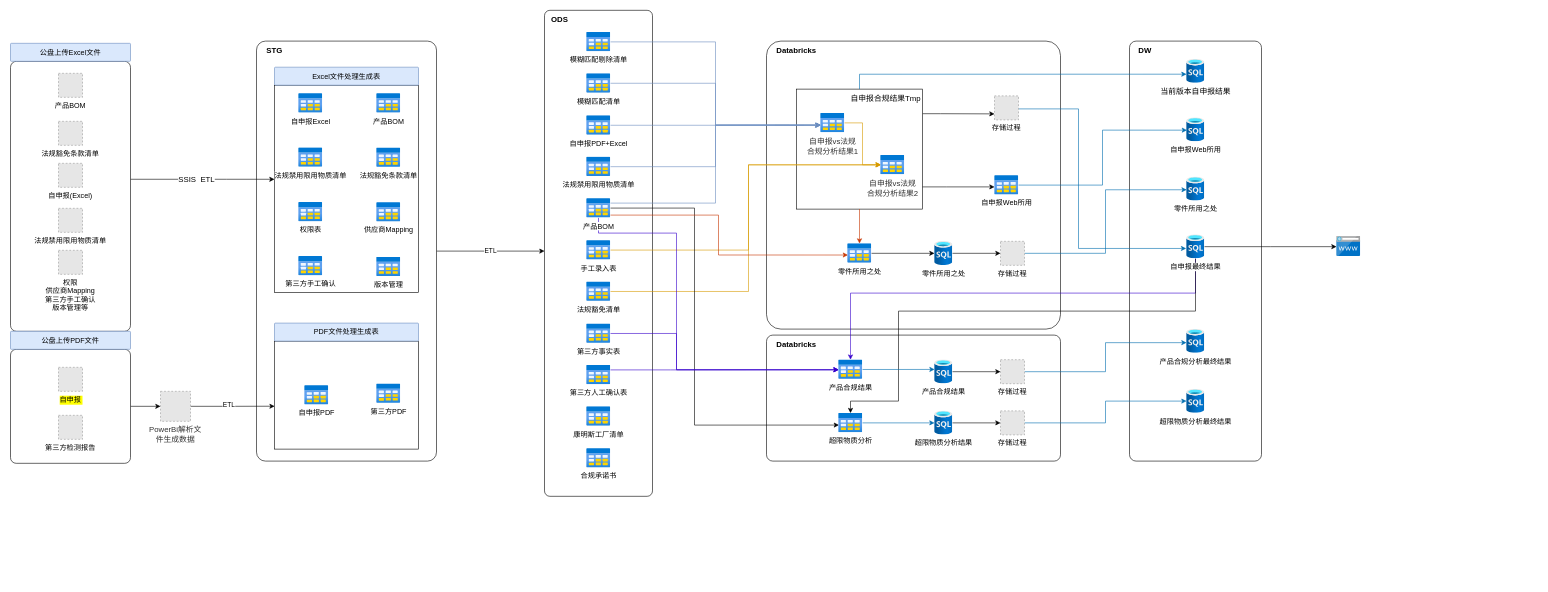
newforesee/test keeps this draw.io diagram as 未命名绘图.drawio. Above is the earlier version. Source tidied: cells renumbered, new cells numbered last; positions are measured from the earlier drawing's top-left corner, leaving out a move shared by most shapes. Both pictures are drawn from the tidied source at 60%, with x=0, y=0 at pixel (10, 10). Pictures stored in the file or linked from it are replaced by grey dashed boxes.
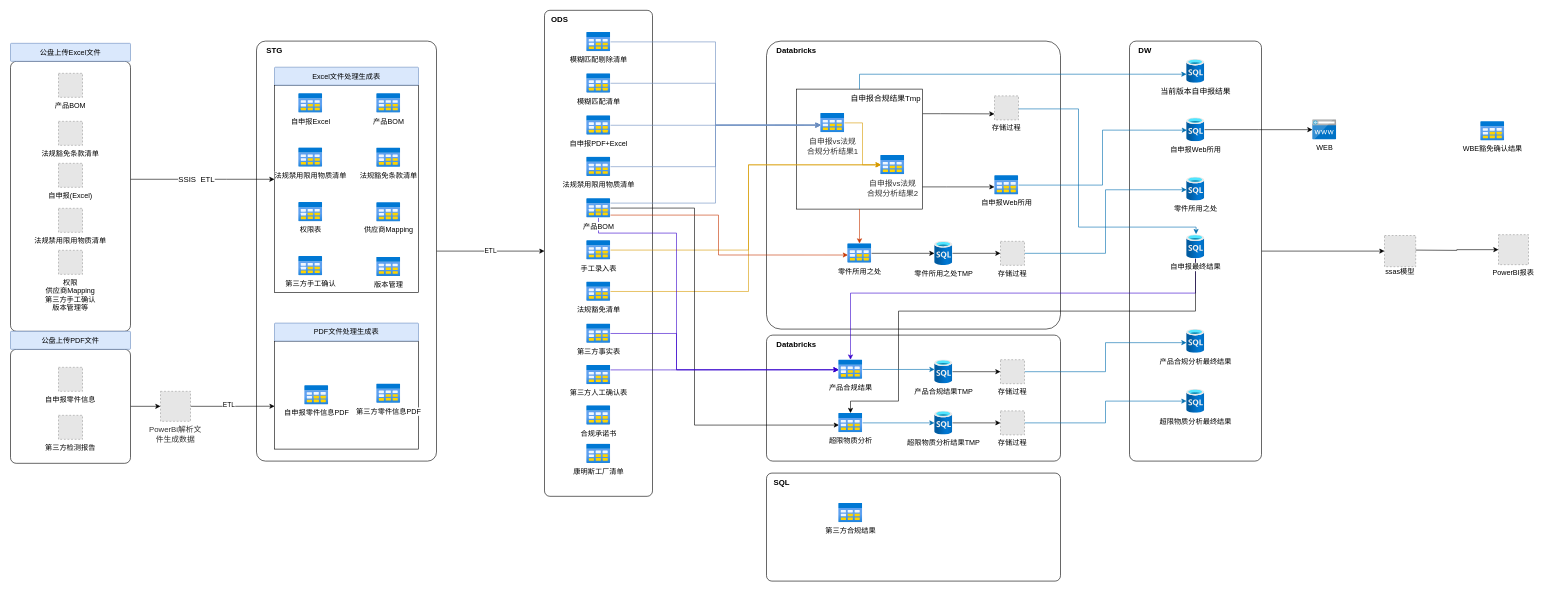
The same page after the edit.

Commit message:
更新未命名绘图.drawio

Unchanged cells that the change refers to:
```xml
<mxCell id="22" style="rounded=1;whiteSpace=wrap;html=1;labelBackgroundColor=#FFFF00;arcSize=5;" parent="1" vertex="1">
  <mxGeometry x="1865" y="51" width="220" height="700" as="geometry" />
</mxCell>
<mxCell id="24" value="自申报Web所用" style="html=1;points=[];align=center;image;fontSize=12;image=img/lib/azure2/databases/SQL_Database.svg;" parent="1" vertex="1">
  <mxGeometry x="1960" y="178.6" width="30" height="40" as="geometry" />
</mxCell>
<mxCell id="65" value="自申报最终结果" style="html=1;points=[];align=center;image;fontSize=12;image=img/lib/azure2/databases/SQL_Database.svg;" parent="1" vertex="1">
  <mxGeometry x="1960" y="373.6" width="30" height="40" as="geometry" />
</mxCell>
<mxCell id="73" value="存储过程" style="fillColor=#E6E6E6;strokeColor=#999999;dashed=1;verticalLabelPosition=bottom;labelBackgroundColor=default;verticalAlign=top;" parent="1" vertex="1">
  <mxGeometry x="1640" y="142.3" width="40" height="40" as="geometry" />
</mxCell>
```

The edit, as a diff of the source:
```diff
@@
-    <mxCell id="19" value="自申报" style="fillColor=#E6E6E6;strokeColor=#999999;dashed=1;verticalLabelPosition=bottom;labelBackgroundColor=#FFFF00;verticalAlign=top;" parent="1" vertex="1">
+    <mxCell id="19" value="自申报零件信息" style="fillColor=#E6E6E6;strokeColor=#999999;dashed=1;verticalLabelPosition=bottom;labelBackgroundColor=none;verticalAlign=top;" parent="1" vertex="1">
       <mxGeometry x="80" y="594.7" width="40" height="40" as="geometry" />
     </mxCell>
@@
+    <mxCell id="108" style="edgeStyle=orthogonalEdgeStyle;rounded=0;jettySize=auto;html=1;strokeColor=#000000;" parent="1" edge="1" source="22">
+      <mxGeometry relative="1" as="geometry">
+        <mxPoint x="2290" y="401" as="targetPoint" />
+      </mxGeometry>
+    </mxCell>
@@
+    <mxCell id="109" style="edgeStyle=orthogonalEdgeStyle;rounded=0;jettySize=auto;html=1;strokeColor=#000000;" parent="1" edge="1" source="24" target="104">
+      <mxGeometry relative="1" as="geometry" />
+    </mxCell>
@@
     <mxCell id="37" value="合规承诺书" style="html=1;align=center;image;fontSize=12;image=img/lib/azure2/general/Table.svg;" parent="1" vertex="1">
-      <mxGeometry x="960" y="729.7" width="40" height="32.6" as="geometry" />
+      <mxGeometry x="960" y="658.4" width="40" height="32.6" as="geometry" />
     </mxCell>
@@
     <mxCell id="40" value="康明斯工厂清单" style="html=1;align=center;image;fontSize=12;image=img/lib/azure2/general/Table.svg;" parent="1" vertex="1">
-      <mxGeometry x="960" y="660" width="40" height="32.6" as="geometry" />
+      <mxGeometry x="960" y="722.2" width="40" height="32.6" as="geometry" />
     </mxCell>
@@
-    <mxCell id="64" style="edgeStyle=orthogonalEdgeStyle;rounded=0;jettySize=auto;html=1;entryX=0;entryY=0.5;entryDx=0;entryDy=0;strokeColor=#000000;fontSize=13;fontColor=none;" parent="1" edge="1" source="65">
-      <mxGeometry relative="1" as="geometry">
-        <mxPoint x="2210" y="393.6" as="targetPoint" />
-      </mxGeometry>
-    </mxCell>
@@
-    <mxCell id="72" style="edgeStyle=orthogonalEdgeStyle;rounded=0;jettySize=auto;html=1;entryX=-0.019;entryY=0.575;entryDx=0;entryDy=0;entryPerimeter=0;strokeColor=#006EAF;fontSize=13;fontColor=none;fillColor=#647687;" parent="1" edge="1" source="73" target="65">
+    <mxCell id="72" style="edgeStyle=orthogonalEdgeStyle;rounded=0;jettySize=auto;html=1;entryX=0.532;entryY=-0.019;entryDx=0;entryDy=0;entryPerimeter=0;strokeColor=#006EAF;fontSize=13;fontColor=none;fillColor=#647687;" parent="1" edge="1" source="73" target="65">
       <mxGeometry relative="1" as="geometry">
         <Array as="points">
           <mxPoint x="1780" y="164" />
-          <mxPoint x="1780" y="397" />
+          <mxPoint x="1780" y="361" />
+          <mxPoint x="1976" y="361" />
         </Array>
       </mxGeometry>
     </mxCell>
@@
-    <mxCell id="78" value="产品合规结果" style="html=1;points=[];align=center;image;fontSize=12;image=img/lib/azure2/databases/SQL_Database.svg;" parent="1" vertex="1">
+    <mxCell id="78" value="产品合规结果TMP" style="html=1;points=[];align=center;image;fontSize=12;image=img/lib/azure2/databases/SQL_Database.svg;" parent="1" vertex="1">
       <mxGeometry x="1540" y="582" width="30" height="40" as="geometry" />
     </mxCell>
@@
-    <mxCell id="82" value="超限物质分析结果" style="html=1;points=[];align=center;image;fontSize=12;image=img/lib/azure2/databases/SQL_Database.svg;" parent="1" vertex="1">
+    <mxCell id="82" value="超限物质分析结果TMP" style="html=1;points=[];align=center;image;fontSize=12;image=img/lib/azure2/databases/SQL_Database.svg;" parent="1" vertex="1">
       <mxGeometry x="1540" y="667.3" width="30" height="40" as="geometry" />
     </mxCell>
@@
-    <mxCell id="90" value="零件所用之处" style="html=1;points=[];align=center;image;fontSize=12;image=img/lib/azure2/databases/SQL_Database.svg;" parent="1" vertex="1">
+    <mxCell id="90" value="零件所用之处TMP" style="html=1;points=[];align=center;image;fontSize=12;image=img/lib/azure2/databases/SQL_Database.svg;" parent="1" vertex="1">
       <mxGeometry x="1540" y="384.7" width="30" height="40" as="geometry" />
     </mxCell>
@@
-    <mxCell id="101" value="自申报PDF" style="html=1;align=center;image;fontSize=12;image=img/lib/azure2/general/Table.svg;labelBackgroundColor=#FFFFFF;fontColor=none;" parent="1" vertex="1">
+    <mxCell id="101" value="自申报零件信息PDF" style="html=1;align=center;image;fontSize=12;image=img/lib/azure2/general/Table.svg;labelBackgroundColor=#FFFFFF;fontColor=none;" parent="1" vertex="1">
       <mxGeometry x="490" y="624.7" width="40" height="32.6" as="geometry" />
     </mxCell>
-    <mxCell id="102" value="第三方PDF" style="html=1;align=center;image;fontSize=12;image=img/lib/azure2/general/Table.svg;labelBackgroundColor=#FFFFFF;fontColor=none;" parent="1" vertex="1">
+    <mxCell id="102" value="第三方零件信息PDF" style="html=1;align=center;image;fontSize=12;image=img/lib/azure2/general/Table.svg;labelBackgroundColor=#FFFFFF;fontColor=none;" parent="1" vertex="1">
       <mxGeometry x="610" y="622" width="40" height="32.6" as="geometry" />
     </mxCell>
@@
-    <mxCell id="104" style="sketch=0;html=1;points=[];align=center;image;fontSize=12;image=img/lib/mscae/CustomDomain.svg;" parent="1" vertex="1">
-      <mxGeometry x="2210" y="375.9" width="40" height="33.6" as="geometry" />
+    <mxCell id="104" value="WEB" style="sketch=0;html=1;points=[];align=center;image;fontSize=12;image=img/lib/mscae/CustomDomain.svg;" parent="1" vertex="1">
+      <mxGeometry x="2170" y="181.8" width="40" height="33.6" as="geometry" />
     </mxCell>
@@
+    <mxCell id="110" style="fillColor=#E6E6E6;strokeColor=#999999;dashed=1;verticalLabelPosition=bottom;labelBackgroundColor=default;verticalAlign=top;" parent="1" vertex="1">
+      <mxGeometry x="2480" y="373.6" width="50" height="50" as="geometry" />
+    </mxCell>
+    <mxCell id="111" style="edgeStyle=orthogonalEdgeStyle;rounded=0;jettySize=auto;html=1;entryX=0;entryY=0.5;entryDx=0;entryDy=0;strokeColor=#000000;" parent="1" edge="1" target="110">
+      <mxGeometry relative="1" as="geometry">
+        <mxPoint x="2340" y="399.3" as="sourcePoint" />
+      </mxGeometry>
+    </mxCell>
+    <mxCell id="112" style="fillColor=#E6E6E6;strokeColor=#999999;dashed=1;verticalLabelPosition=bottom;labelBackgroundColor=default;verticalAlign=top;" parent="1" vertex="1">
+      <mxGeometry x="2290" y="375" width="52" height="52" as="geometry" />
+    </mxCell>
+    <mxCell id="113" value="ssas模型" style="text;strokeColor=none;align=center;fillColor=none;html=1;verticalAlign=middle;whiteSpace=wrap;rounded=0;" parent="1" vertex="1">
+      <mxGeometry x="2286" y="421" width="60" height="30" as="geometry" />
+    </mxCell>
+    <mxCell id="114" value="PowerBI报表" style="text;strokeColor=none;align=center;fillColor=none;html=1;verticalAlign=middle;whiteSpace=wrap;rounded=0;" parent="1" vertex="1">
+      <mxGeometry x="2465" y="422" width="80" height="30" as="geometry" />
+    </mxCell>
+    <mxCell id="115" value="WBE豁免确认结果" style="html=1;align=center;image;fontSize=12;image=img/lib/azure2/general/Table.svg;" parent="1" vertex="1">
+      <mxGeometry x="2450" y="184.7" width="40" height="32.6" as="geometry" />
+    </mxCell>
+    <mxCell id="116" style="rounded=1;whiteSpace=wrap;html=1;arcSize=5;" parent="1" vertex="1">
+      <mxGeometry x="1260" y="771" width="490" height="180" as="geometry" />
+    </mxCell>
+    <mxCell id="117" value="SQL" style="text;html=1;align=center;verticalAlign=middle;strokeColor=none;fillColor=none;fontStyle=1;fontSize=13;" parent="1" vertex="1">
+      <mxGeometry x="1260" y="771" width="50" height="30" as="geometry" />
+    </mxCell>
+    <mxCell id="118" value="第三方合规结果" style="html=1;align=center;image;fontSize=12;image=img/lib/azure2/general/Table.svg;labelBackgroundColor=none;" parent="1" vertex="1">
+      <mxGeometry x="1380" y="821" width="40" height="32.6" as="geometry" />
+    </mxCell>
```
